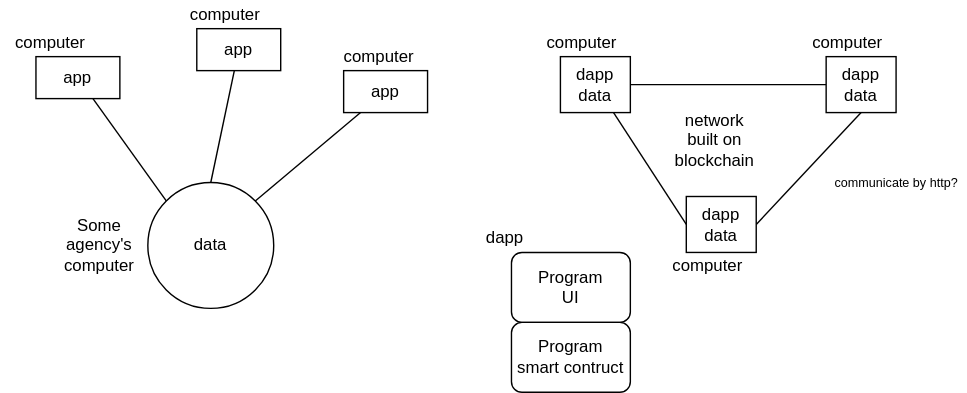
Earlier version of the draw.io export dapp.drawio.svg (ryojiroakiyama/Web3Lab). Source tidied: cells renumbered, new cells last; positions are measured from the earlier drawing's top-left corner, leaving out a move shared by most shapes.
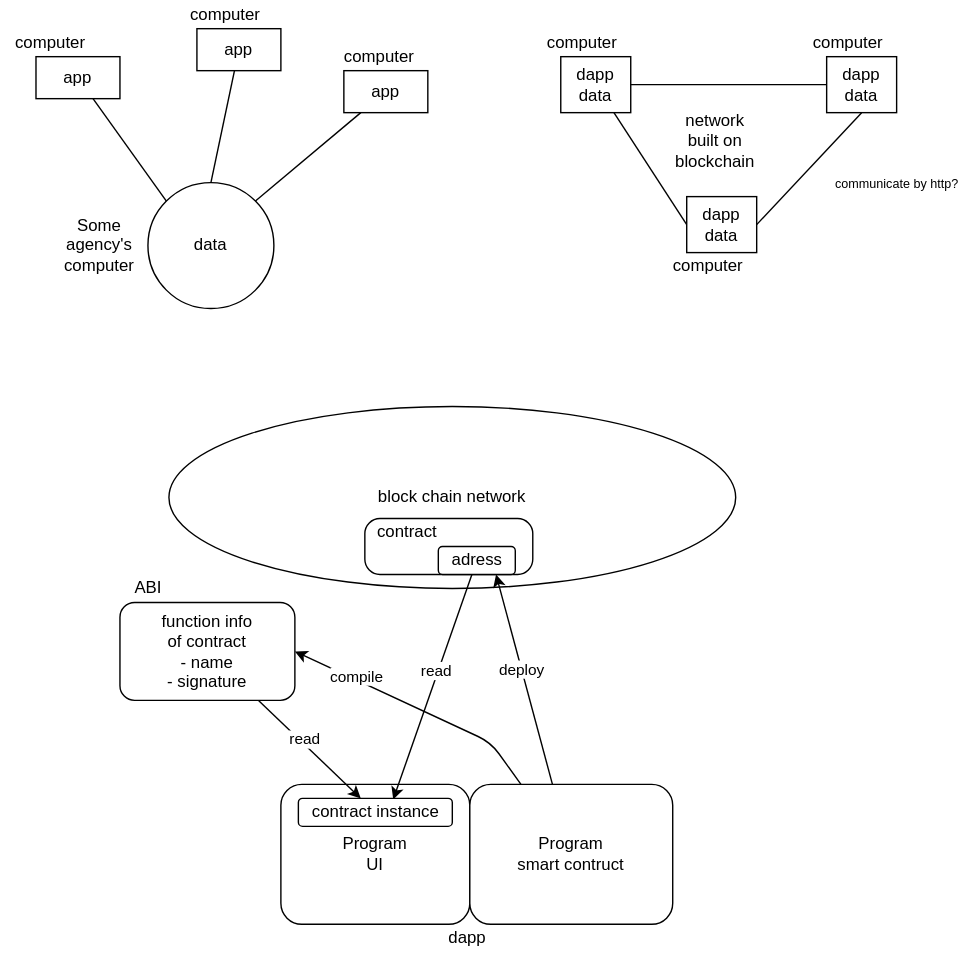
After the commit.

Commit message:
dapp contract

Change to the diagram source:
```diff
@@ -2,6 +2,12 @@
   <root>
     <mxCell id="0" />
     <mxCell id="1" parent="0" />
+    <mxCell id="27" value="block chain network" style="ellipse;whiteSpace=wrap;html=1;" parent="1" vertex="1">
+      <mxGeometry x="120" y="290" width="405" height="130" as="geometry" />
+    </mxCell>
+    <mxCell id="28" style="rounded=1;whiteSpace=wrap;html=1;arcSize=27;" parent="1" vertex="1">
+      <mxGeometry x="260" y="370" width="120" height="40" as="geometry" />
+    </mxCell>
     <mxCell id="2" value="data" style="ellipse;whiteSpace=wrap;html=1;" parent="1" vertex="1">
       <mxGeometry x="105" y="130" width="90" height="90" as="geometry" />
     </mxCell>
@@ -63,19 +69,62 @@
       <mxGeometry x="570" y="20" width="70" height="20" as="geometry" />
     </mxCell>
     <mxCell id="22" value="Program&lt;br&gt;UI" style="rounded=1;whiteSpace=wrap;html=1;" parent="1" vertex="1">
-      <mxGeometry x="365" y="180" width="85" height="50" as="geometry" />
+      <mxGeometry x="200" y="560" width="135" height="100" as="geometry" />
     </mxCell>
+    <mxCell id="29" style="edgeStyle=none;html=1;entryX=1;entryY=0.5;entryDx=0;entryDy=0;" parent="1" edge="1" source="23" target="39">
+      <mxGeometry relative="1" as="geometry">
+        <Array as="points">
+          <mxPoint x="350" y="530" />
+        </Array>
+      </mxGeometry>
+    </mxCell>
+    <mxCell id="30" value="compile" style="edgeLabel;html=1;align=center;verticalAlign=middle;" parent="29" vertex="1">
+      <mxGeometry x="0.51" y="-2" relative="1" as="geometry" />
+    </mxCell>
     <mxCell id="23" value="Program&lt;br&gt;smart contruct" style="rounded=1;whiteSpace=wrap;html=1;" parent="1" vertex="1">
-      <mxGeometry x="365" y="230" width="85" height="50" as="geometry" />
+      <mxGeometry x="335" y="560" width="145" height="100" as="geometry" />
     </mxCell>
     <mxCell id="24" value="network&lt;br&gt;built on&lt;br&gt;blockchain" style="text;html=1;align=center;verticalAlign=middle;strokeColor=none;fillColor=none;" parent="1" vertex="1">
       <mxGeometry x="475" y="75" width="70" height="50" as="geometry" />
     </mxCell>
     <mxCell id="25" value="dapp" style="text;html=1;align=center;verticalAlign=middle;strokeColor=none;fillColor=none;" parent="1" vertex="1">
-      <mxGeometry x="340" y="160" width="40" height="20" as="geometry" />
+      <mxGeometry x="312.5" y="660" width="40" height="20" as="geometry" />
     </mxCell>
     <mxCell id="26" value="&lt;font style=&quot;font-size: 9px&quot;&gt;communicate by http?&lt;/font&gt;" style="text;html=1;align=center;verticalAlign=middle;strokeColor=none;fillColor=none;" parent="1" vertex="1">
       <mxGeometry x="590" y="120" width="100" height="20" as="geometry" />
     </mxCell>
+    <mxCell id="31" style="edgeStyle=none;html=1;entryX=0.616;entryY=0.041;entryDx=0;entryDy=0;entryPerimeter=0;" parent="1" edge="1" source="33" target="36">
+      <mxGeometry relative="1" as="geometry" />
+    </mxCell>
+    <mxCell id="32" value="read" style="edgeLabel;html=1;align=center;verticalAlign=middle;" parent="31" vertex="1">
+      <mxGeometry x="-0.13" y="-2" relative="1" as="geometry" />
+    </mxCell>
+    <mxCell id="33" value="adress" style="rounded=1;whiteSpace=wrap;html=1;" parent="1" vertex="1">
+      <mxGeometry x="312.5" y="390" width="55" height="20" as="geometry" />
+    </mxCell>
+    <mxCell id="34" style="edgeStyle=none;html=1;entryX=0.75;entryY=1;entryDx=0;entryDy=0;" parent="1" edge="1" source="23" target="33">
+      <mxGeometry relative="1" as="geometry" />
+    </mxCell>
+    <mxCell id="35" value="deploy" style="edgeLabel;html=1;align=center;verticalAlign=middle;" parent="34" vertex="1">
+      <mxGeometry x="0.09" relative="1" as="geometry" />
+    </mxCell>
+    <mxCell id="36" value="contract instance" style="rounded=1;whiteSpace=wrap;html=1;" parent="1" vertex="1">
+      <mxGeometry x="212.5" y="570" width="110" height="20" as="geometry" />
+    </mxCell>
+    <mxCell id="37" style="edgeStyle=none;html=1;" parent="1" edge="1" source="39" target="36">
+      <mxGeometry relative="1" as="geometry" />
+    </mxCell>
+    <mxCell id="38" value="read" style="edgeLabel;html=1;align=center;verticalAlign=middle;" parent="37" vertex="1">
+      <mxGeometry x="-0.18" y="3" relative="1" as="geometry" />
+    </mxCell>
+    <mxCell id="39" value="&lt;span&gt;function info&lt;/span&gt;&lt;br&gt;&lt;span&gt;of contract&lt;br&gt;- name&lt;br&gt;- signature&lt;br&gt;&lt;/span&gt;" style="rounded=1;whiteSpace=wrap;html=1;" parent="1" vertex="1">
+      <mxGeometry x="85" y="430" width="125" height="70" as="geometry" />
+    </mxCell>
+    <mxCell id="40" value="ABI" style="text;html=1;align=center;verticalAlign=middle;strokeColor=none;fillColor=none;" parent="1" vertex="1">
+      <mxGeometry x="90" y="410" width="30" height="20" as="geometry" />
+    </mxCell>
+    <mxCell id="41" value="&lt;span&gt;contract&lt;/span&gt;" style="text;html=1;align=center;verticalAlign=middle;strokeColor=none;fillColor=none;" parent="1" vertex="1">
+      <mxGeometry x="260" y="370" width="60" height="20" as="geometry" />
+    </mxCell>
   </root>
 </mxGraphModel>
```
